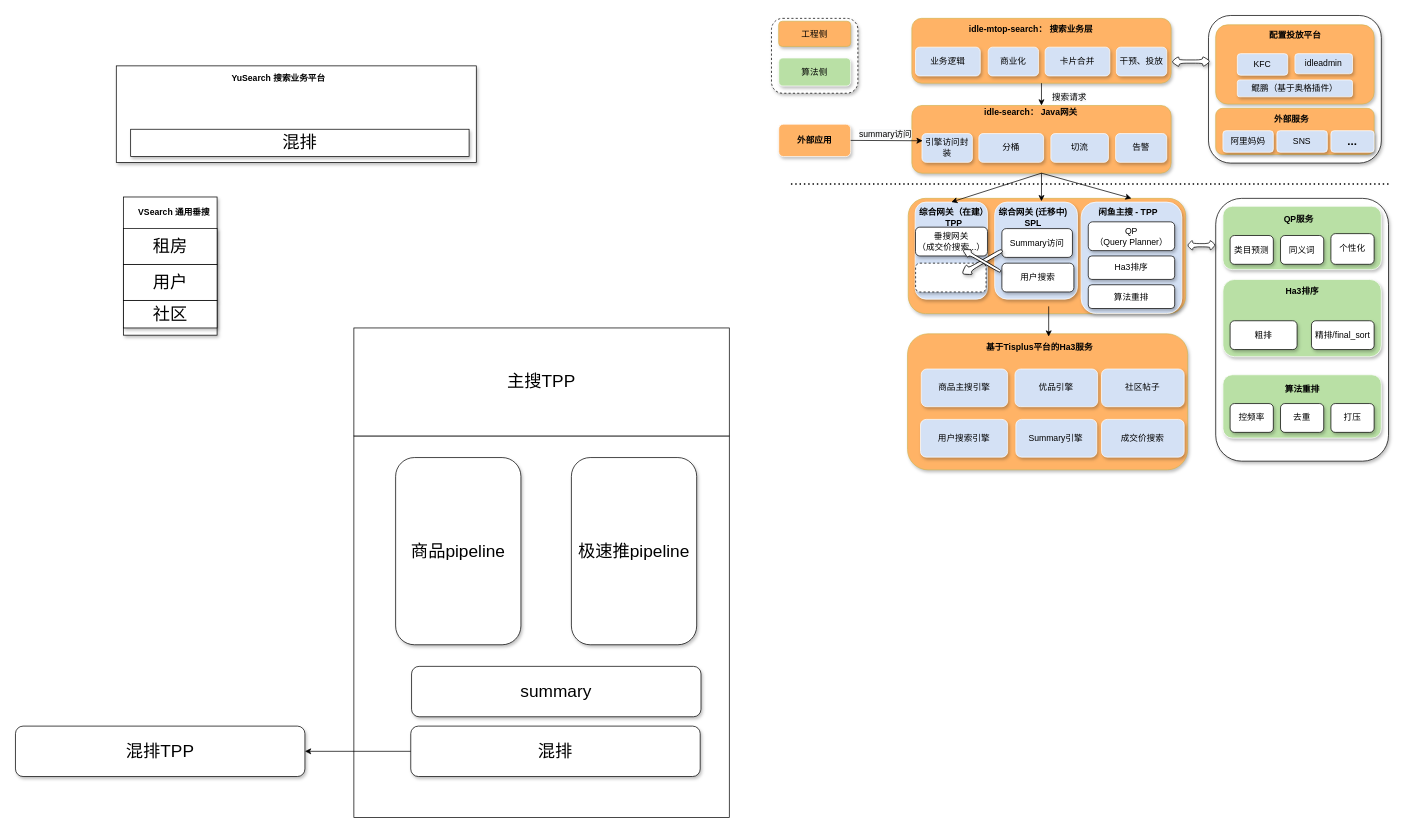
Before: 搜索业务大图.drawio in hustpawpaw/charts, a draw.io diagram. Source tidied: cells renumbered, new cells numbered last; positions are measured from the earlier drawing's top-left corner, leaving out a move shared by most shapes. Both pictures are drawn from the tidied source at 72%, with x=0, y=0 at pixel (15, 15).
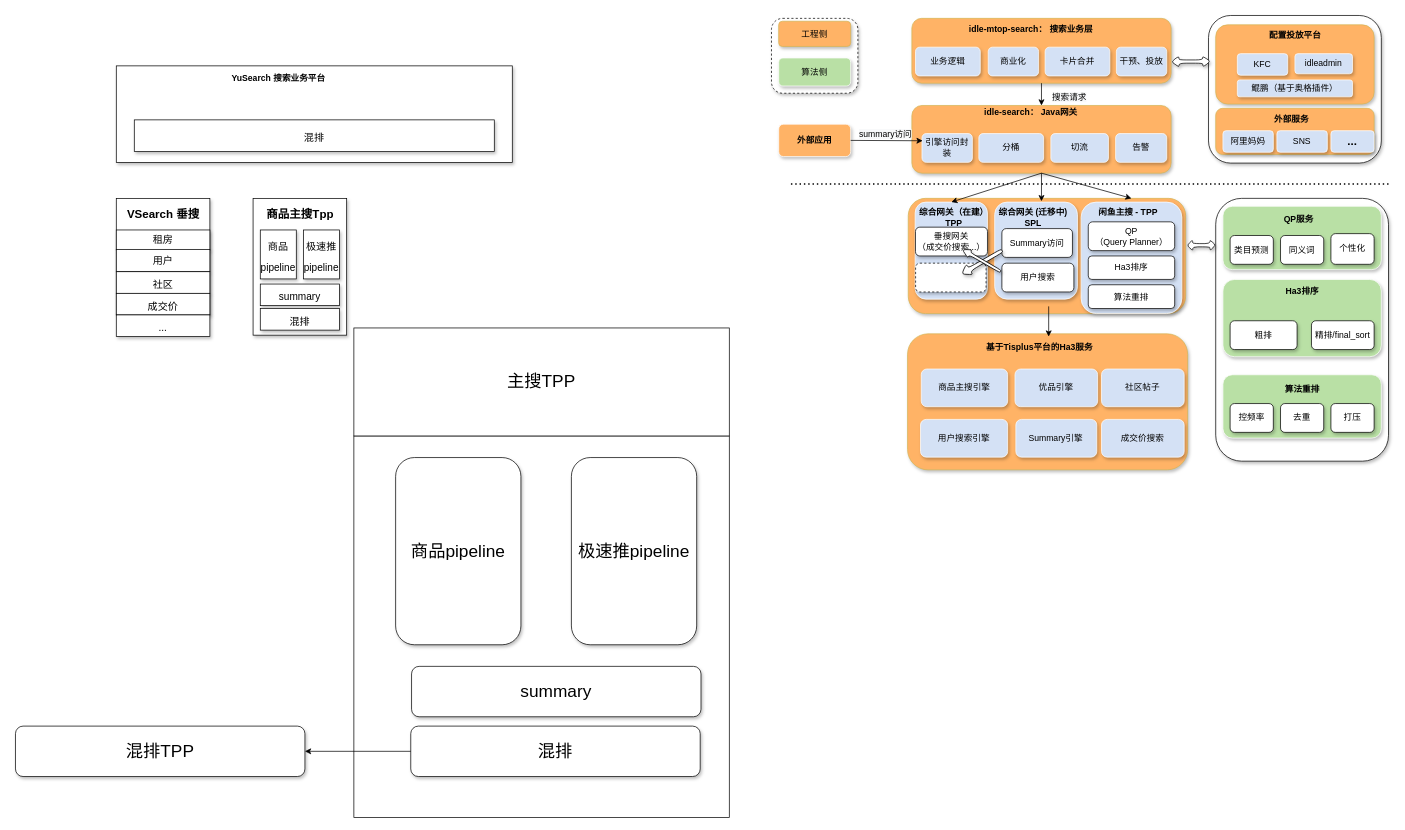
Above is the later version.

Commit message (it also covers changes not shown here):
Update 搜索业务大图.drawio

What changed in the source:
```diff
@@
     <mxCell id="79" style="rounded=0;whiteSpace=wrap;html=1;shadow=1;" parent="1" vertex="1">
-      <mxGeometry x="140" y="70" width="500" height="134" as="geometry" />
+      <mxGeometry x="140" y="70" width="550" height="134" as="geometry" />
     </mxCell>
@@
     <mxCell id="81" style="rounded=0;whiteSpace=wrap;html=1;shadow=1;" parent="1" vertex="1">
-      <mxGeometry x="150" y="252.1" width="130" height="191.9" as="geometry" />
+      <mxGeometry x="140" y="254" width="130" height="161.9" as="geometry" />
     </mxCell>
-    <mxCell id="82" value="&lt;b&gt;VSearch 通用垂搜&lt;/b&gt;" style="text;html=1;align=center;verticalAlign=middle;fillColor=none;strokeColor=none;rounded=0;shadow=1;" parent="1" vertex="1">
-      <mxGeometry x="160" y="264" width="120" height="20" as="geometry" />
+    <mxCell id="82" value="&lt;b style=&quot;font-size: 16px&quot;&gt;VSearch 垂搜&lt;/b&gt;" style="text;html=1;align=center;verticalAlign=middle;fillColor=none;strokeColor=none;rounded=0;shadow=1;fontSize=16;" parent="1" vertex="1">
+      <mxGeometry x="145" y="265.9" width="120" height="20" as="geometry" />
     </mxCell>
-    <mxCell id="83" value="租房" style="rounded=0;whiteSpace=wrap;html=1;shadow=1;fontSize=24;" parent="1" vertex="1">
-      <mxGeometry x="150" y="296" width="130" height="50" as="geometry" />
+    <mxCell id="83" value="租房" style="rounded=0;whiteSpace=wrap;html=1;shadow=1;fontSize=14;" parent="1" vertex="1">
+      <mxGeometry x="140" y="297.9" width="130" height="28" as="geometry" />
     </mxCell>
-    <mxCell id="84" value="用户" style="rounded=0;whiteSpace=wrap;html=1;shadow=1;fontSize=24;" parent="1" vertex="1">
-      <mxGeometry x="150" y="346" width="130" height="50" as="geometry" />
+    <mxCell id="84" value="用户" style="rounded=0;whiteSpace=wrap;html=1;shadow=1;fontSize=14;" parent="1" vertex="1">
+      <mxGeometry x="140" y="324.9" width="130" height="30.9" as="geometry" />
     </mxCell>
-    <mxCell id="85" value="社区" style="rounded=0;whiteSpace=wrap;html=1;shadow=1;fontSize=24;" parent="1" vertex="1">
-      <mxGeometry x="150" y="396" width="130" height="38" as="geometry" />
+    <mxCell id="85" value="&lt;font style=&quot;font-size: 14px&quot;&gt;社区&lt;/font&gt;" style="rounded=0;whiteSpace=wrap;html=1;shadow=1;fontSize=24;" parent="1" vertex="1">
+      <mxGeometry x="140" y="355.9" width="130" height="30" as="geometry" />
     </mxCell>
@@
-    <mxCell id="94" value="混排" style="rounded=0;whiteSpace=wrap;html=1;shadow=1;fontSize=24;" parent="1" vertex="1">
-      <mxGeometry x="160" y="158" width="470" height="38" as="geometry" />
+    <mxCell id="94" value="&lt;span style=&quot;font-size: 14px&quot;&gt;混排&lt;/span&gt;" style="rounded=0;whiteSpace=wrap;html=1;shadow=1;fontSize=24;" parent="1" vertex="1">
+      <mxGeometry x="165" y="145" width="500" height="44" as="geometry" />
     </mxCell>
+    <mxCell id="95" value="&lt;span style=&quot;font-size: 14px&quot;&gt;成交价&lt;/span&gt;" style="rounded=0;whiteSpace=wrap;html=1;shadow=1;fontSize=24;" parent="1" vertex="1">
+      <mxGeometry x="140" y="385.9" width="130" height="30" as="geometry" />
+    </mxCell>
+    <mxCell id="96" value="&lt;span style=&quot;font-size: 14px&quot;&gt;...&lt;/span&gt;" style="rounded=0;whiteSpace=wrap;html=1;shadow=1;fontSize=24;" parent="1" vertex="1">
+      <mxGeometry x="140" y="415.9" width="130" height="30" as="geometry" />
+    </mxCell>
+    <mxCell id="97" style="rounded=0;whiteSpace=wrap;html=1;shadow=1;" parent="1" vertex="1">
+      <mxGeometry x="330" y="254" width="130" height="190" as="geometry" />
+    </mxCell>
+    <mxCell id="98" value="&lt;b&gt;商品主搜Tpp&lt;/b&gt;" style="text;html=1;align=center;verticalAlign=middle;fillColor=none;strokeColor=none;rounded=0;shadow=1;fontSize=16;" parent="1" vertex="1">
+      <mxGeometry x="340" y="265.9" width="110" height="20" as="geometry" />
+    </mxCell>
+    <mxCell id="99" value="&lt;font style=&quot;font-size: 14px&quot;&gt;商品pipeline&lt;/font&gt;" style="rounded=0;whiteSpace=wrap;html=1;shadow=1;fontSize=24;" parent="1" vertex="1">
+      <mxGeometry x="340" y="297.9" width="50" height="68" as="geometry" />
+    </mxCell>
+    <mxCell id="100" value="&lt;font style=&quot;font-size: 14px&quot;&gt;极速推pipeline&lt;/font&gt;" style="rounded=0;whiteSpace=wrap;html=1;shadow=1;fontSize=24;" parent="1" vertex="1">
+      <mxGeometry x="400" y="297.9" width="50" height="68" as="geometry" />
+    </mxCell>
+    <mxCell id="101" value="&lt;font style=&quot;font-size: 14px&quot;&gt;summary&lt;/font&gt;" style="rounded=0;whiteSpace=wrap;html=1;shadow=1;fontSize=24;" parent="1" vertex="1">
+      <mxGeometry x="340" y="373" width="110" height="30" as="geometry" />
+    </mxCell>
+    <mxCell id="102" value="&lt;font style=&quot;font-size: 14px&quot;&gt;混排&lt;/font&gt;" style="rounded=0;whiteSpace=wrap;html=1;shadow=1;fontSize=24;" parent="1" vertex="1">
+      <mxGeometry x="340" y="407" width="110" height="30" as="geometry" />
+    </mxCell>
```
